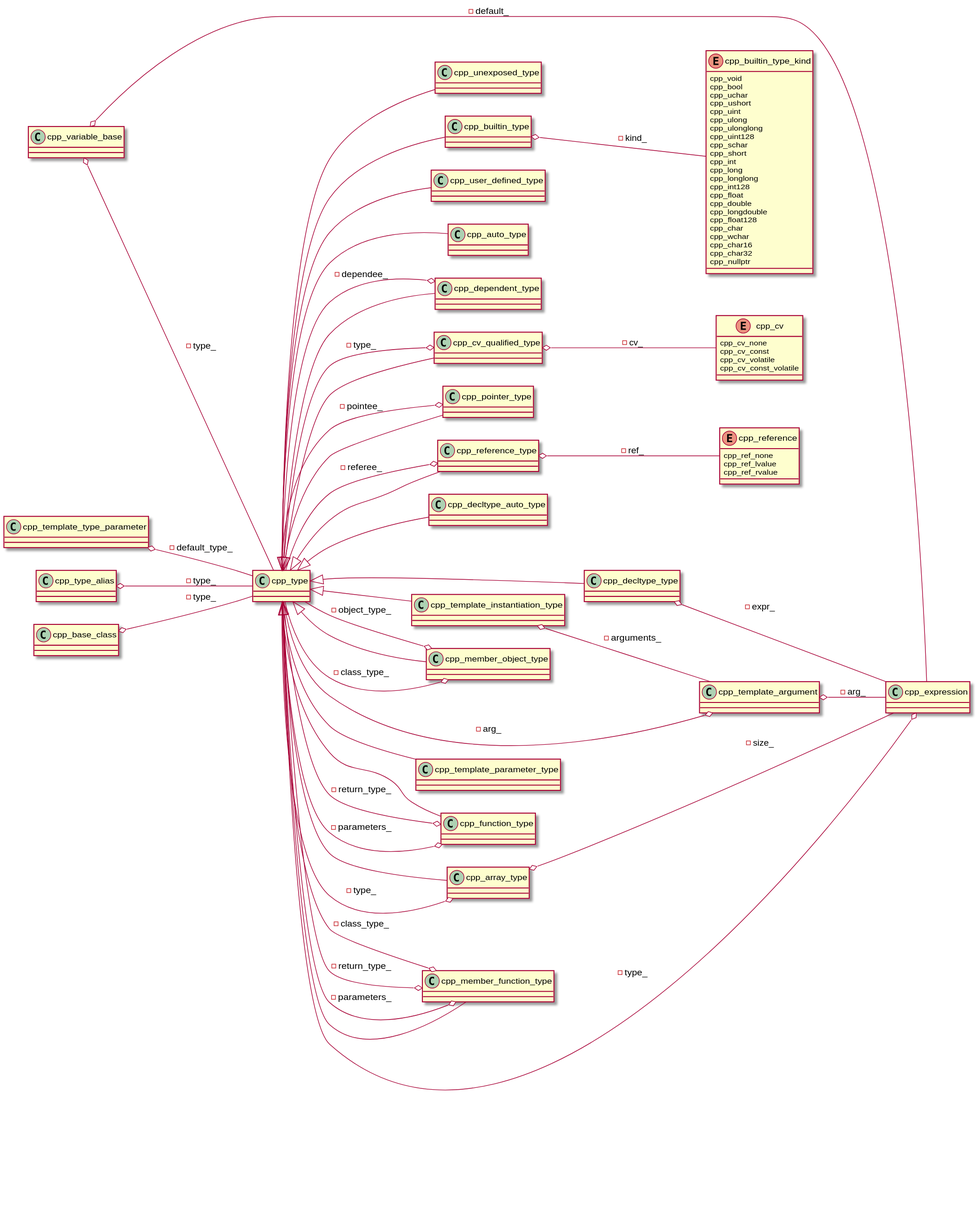
Before: cppast/puml/cpp_type_class_diagram.svg, a diagram exported from PlantUML (bkryza/clang-uml-examples). Source of this version:
```plantuml
@startuml
left to right direction
enum "cpp_builtin_type_kind" as C_0001887502571634469661
enum C_0001887502571634469661 [[https://github.com/foonathan/cppast/blob/f00df6675d87c6983033d270728c57a55cd3db22/include/cppast/cppast_fwd.hpp#L105{cpp_builtin_type_kind}]] {
cpp_void
cpp_bool
cpp_uchar
cpp_ushort
cpp_uint
cpp_ulong
cpp_ulonglong
cpp_uint128
cpp_schar
cpp_short
cpp_int
cpp_long
cpp_longlong
cpp_int128
cpp_float
cpp_double
cpp_longdouble
cpp_float128
cpp_char
cpp_wchar
cpp_char16
cpp_char32
cpp_nullptr
}
enum "cpp_cv" as C_0000213859787504205822
enum C_0000213859787504205822 [[https://github.com/foonathan/cppast/blob/f00df6675d87c6983033d270728c57a55cd3db22/include/cppast/cppast_fwd.hpp#L106{cpp_cv}]] {
cpp_cv_none
cpp_cv_const
cpp_cv_volatile
cpp_cv_const_volatile
}
enum "cpp_reference" as C_0000386439160558232350
enum C_0000386439160558232350 [[https://github.com/foonathan/cppast/blob/f00df6675d87c6983033d270728c57a55cd3db22/include/cppast/cppast_fwd.hpp#L108{cpp_reference}]] {
cpp_ref_none
cpp_ref_lvalue
cpp_ref_rvalue
}
class "cpp_type" as C_0001585653041236922459
class C_0001585653041236922459 [[https://github.com/foonathan/cppast/blob/f00df6675d87c6983033d270728c57a55cd3db22/include/cppast/cpp_type.hpp#L44{cpp_type}]] {
__
}
class "cpp_unexposed_type" as C_0000601730303705395408
class C_0000601730303705395408 [[https://github.com/foonathan/cppast/blob/f00df6675d87c6983033d270728c57a55cd3db22/include/cppast/cpp_type.hpp#L95{cpp_unexposed_type}]] {
__
}
class "cpp_builtin_type" as C_0002035785082080260407
class C_0002035785082080260407 [[https://github.com/foonathan/cppast/blob/f00df6675d87c6983033d270728c57a55cd3db22/include/cppast/cpp_type.hpp#L161{cpp_builtin_type}]] {
__
}
class "cpp_user_defined_type" as C_0002166954434825938188
class C_0002166954434825938188 [[https://github.com/foonathan/cppast/blob/f00df6675d87c6983033d270728c57a55cd3db22/include/cppast/cpp_type.hpp#L202{cpp_user_defined_type}]] {
__
}
class "cpp_auto_type" as C_0001809003368459807767
class C_0001809003368459807767 [[https://github.com/foonathan/cppast/blob/f00df6675d87c6983033d270728c57a55cd3db22/include/cppast/cpp_type.hpp#L230{cpp_auto_type}]] {
__
}
class "cpp_dependent_type" as C_0000507998479194737071
class C_0000507998479194737071 [[https://github.com/foonathan/cppast/blob/f00df6675d87c6983033d270728c57a55cd3db22/include/cppast/cpp_type.hpp#L249{cpp_dependent_type}]] {
__
}
class "cpp_cv_qualified_type" as C_0000342846994454958214
class C_0000342846994454958214 [[https://github.com/foonathan/cppast/blob/f00df6675d87c6983033d270728c57a55cd3db22/include/cppast/cpp_type.hpp#L311{cpp_cv_qualified_type}]] {
__
}
class "cpp_pointer_type" as C_0000861535705589766807
class C_0000861535705589766807 [[https://github.com/foonathan/cppast/blob/f00df6675d87c6983033d270728c57a55cd3db22/include/cppast/cpp_type.hpp#L359{cpp_pointer_type}]] {
__
}
class "cpp_reference_type" as C_0000600573949475383075
class C_0000600573949475383075 [[https://github.com/foonathan/cppast/blob/f00df6675d87c6983033d270728c57a55cd3db22/include/cppast/cpp_type.hpp#L394{cpp_reference_type}]] {
__
}
class "cpp_type_alias" as C_0001652684387667767114
class C_0001652684387667767114 [[https://github.com/foonathan/cppast/blob/f00df6675d87c6983033d270728c57a55cd3db22/include/cppast/cpp_type_alias.hpp#L14{cpp_type_alias}]] {
__
}
class "cpp_decltype_auto_type" as C_0000026248340214462662
class C_0000026248340214462662 [[https://github.com/foonathan/cppast/blob/f00df6675d87c6983033d270728c57a55cd3db22/include/cppast/cppast_fwd.hpp#L27{cpp_decltype_auto_type}]] {
__
}
class "cpp_variable_base" as C_0000184600132526931259
class C_0000184600132526931259 [[https://github.com/foonathan/cppast/blob/f00df6675d87c6983033d270728c57a55cd3db22/include/cppast/cppast_fwd.hpp#L79{cpp_variable_base}]] {
__
}
class "cpp_member_object_type" as C_0000603633382993980808
class C_0000603633382993980808 [[https://github.com/foonathan/cppast/blob/f00df6675d87c6983033d270728c57a55cd3db22/include/cppast/cppast_fwd.hpp#L53{cpp_member_object_type}]] {
__
}
class "cpp_template_argument" as C_0000701592080768365141
class C_0000701592080768365141 [[https://github.com/foonathan/cppast/blob/f00df6675d87c6983033d270728c57a55cd3db22/include/cppast/cppast_fwd.hpp#L62{cpp_template_argument}]] {
__
}
class "cpp_template_instantiation_type" as C_0001009421424714355715
class C_0001009421424714355715 [[https://github.com/foonathan/cppast/blob/f00df6675d87c6983033d270728c57a55cd3db22/include/cppast/cppast_fwd.hpp#L63{cpp_template_instantiation_type}]] {
__
}
class "cpp_decltype_type" as C_0001184982835175222056
class C_0001184982835175222056 [[https://github.com/foonathan/cppast/blob/f00df6675d87c6983033d270728c57a55cd3db22/include/cppast/cppast_fwd.hpp#L28{cpp_decltype_type}]] {
__
}
class "cpp_array_type" as C_0001347498727659770075
class C_0001347498727659770075 [[https://github.com/foonathan/cppast/blob/f00df6675d87c6983033d270728c57a55cd3db22/include/cppast/cppast_fwd.hpp#L14{cpp_array_type}]] {
__
}
class "cpp_function_type" as C_0001455852309215570565
class C_0001455852309215570565 [[https://github.com/foonathan/cppast/blob/f00df6675d87c6983033d270728c57a55cd3db22/include/cppast/cppast_fwd.hpp#L44{cpp_function_type}]] {
__
}
class "cpp_base_class" as C_0001513295345096619386
class C_0001513295345096619386 [[https://github.com/foonathan/cppast/blob/f00df6675d87c6983033d270728c57a55cd3db22/include/cppast/cppast_fwd.hpp#L17{cpp_base_class}]] {
__
}
class "cpp_template_type_parameter" as C_0001672854013158225149
class C_0001672854013158225149 [[https://github.com/foonathan/cppast/blob/f00df6675d87c6983033d270728c57a55cd3db22/include/cppast/cppast_fwd.hpp#L68{cpp_template_type_parameter}]] {
__
}
class "cpp_member_function_type" as C_0001956941679276907326
class C_0001956941679276907326 [[https://github.com/foonathan/cppast/blob/f00df6675d87c6983033d270728c57a55cd3db22/include/cppast/cppast_fwd.hpp#L52{cpp_member_function_type}]] {
__
}
class "cpp_template_parameter_type" as C_0002158322113857881673
class C_0002158322113857881673 [[https://github.com/foonathan/cppast/blob/f00df6675d87c6983033d270728c57a55cd3db22/include/cppast/cppast_fwd.hpp#L65{cpp_template_parameter_type}]] {
__
}
class "cpp_expression" as C_0002228471918600734475
class C_0002228471918600734475 [[https://github.com/foonathan/cppast/blob/f00df6675d87c6983033d270728c57a55cd3db22/include/cppast/cppast_fwd.hpp#L35{cpp_expression}]] {
__
}
C_0001585653041236922459 <|-- C_0000601730303705395408
C_0002035785082080260407 o-- C_0001887502571634469661 : -kind_
C_0001585653041236922459 <|-- C_0002035785082080260407
C_0001585653041236922459 <|-- C_0002166954434825938188
C_0001585653041236922459 <|-- C_0001809003368459807767
C_0000507998479194737071 o-- C_0001585653041236922459 : -dependee_
C_0001585653041236922459 <|-- C_0000507998479194737071
C_0000342846994454958214 o-- C_0001585653041236922459 : -type_
C_0000342846994454958214 o-- C_0000213859787504205822 : -cv_
C_0001585653041236922459 <|-- C_0000342846994454958214
C_0000861535705589766807 o-- C_0001585653041236922459 : -pointee_
C_0001585653041236922459 <|-- C_0000861535705589766807
C_0000600573949475383075 o-- C_0001585653041236922459 : -referee_
C_0000600573949475383075 o-- C_0000386439160558232350 : -ref_
C_0001585653041236922459 <|-- C_0000600573949475383075
C_0001652684387667767114 o-- C_0001585653041236922459 : -type_
C_0001585653041236922459 <|-- C_0000026248340214462662
C_0000184600132526931259 o-- C_0001585653041236922459 : -type_
C_0000184600132526931259 o-- C_0002228471918600734475 : -default_
C_0000603633382993980808 o-- C_0001585653041236922459 : -class_type_
C_0000603633382993980808 o-- C_0001585653041236922459 : -object_type_
C_0001585653041236922459 <|-- C_0000603633382993980808
C_0000701592080768365141 o-- C_0001585653041236922459 : -arg_
C_0000701592080768365141 o-- C_0002228471918600734475 : -arg_
C_0001009421424714355715 o-- C_0000701592080768365141 : -arguments_
C_0001585653041236922459 <|-- C_0001009421424714355715
C_0001184982835175222056 o-- C_0002228471918600734475 : -expr_
C_0001585653041236922459 <|-- C_0001184982835175222056
C_0001347498727659770075 o-- C_0001585653041236922459 : -type_
C_0001347498727659770075 o-- C_0002228471918600734475 : -size_
C_0001585653041236922459 <|-- C_0001347498727659770075
C_0001455852309215570565 o-- C_0001585653041236922459 : -return_type_
C_0001455852309215570565 o-- C_0001585653041236922459 : -parameters_
C_0001585653041236922459 <|-- C_0001455852309215570565
C_0001513295345096619386 o-- C_0001585653041236922459 : -type_
C_0001672854013158225149 o-- C_0001585653041236922459 : -default_type_
C_0001956941679276907326 o-- C_0001585653041236922459 : -class_type_
C_0001956941679276907326 o-- C_0001585653041236922459 : -return_type_
C_0001956941679276907326 o-- C_0001585653041236922459 : -parameters_
C_0001585653041236922459 <|-- C_0001956941679276907326
C_0001585653041236922459 <|-- C_0002158322113857881673
C_0002228471918600734475 o-- C_0001585653041236922459 : -type_

@enduml
```
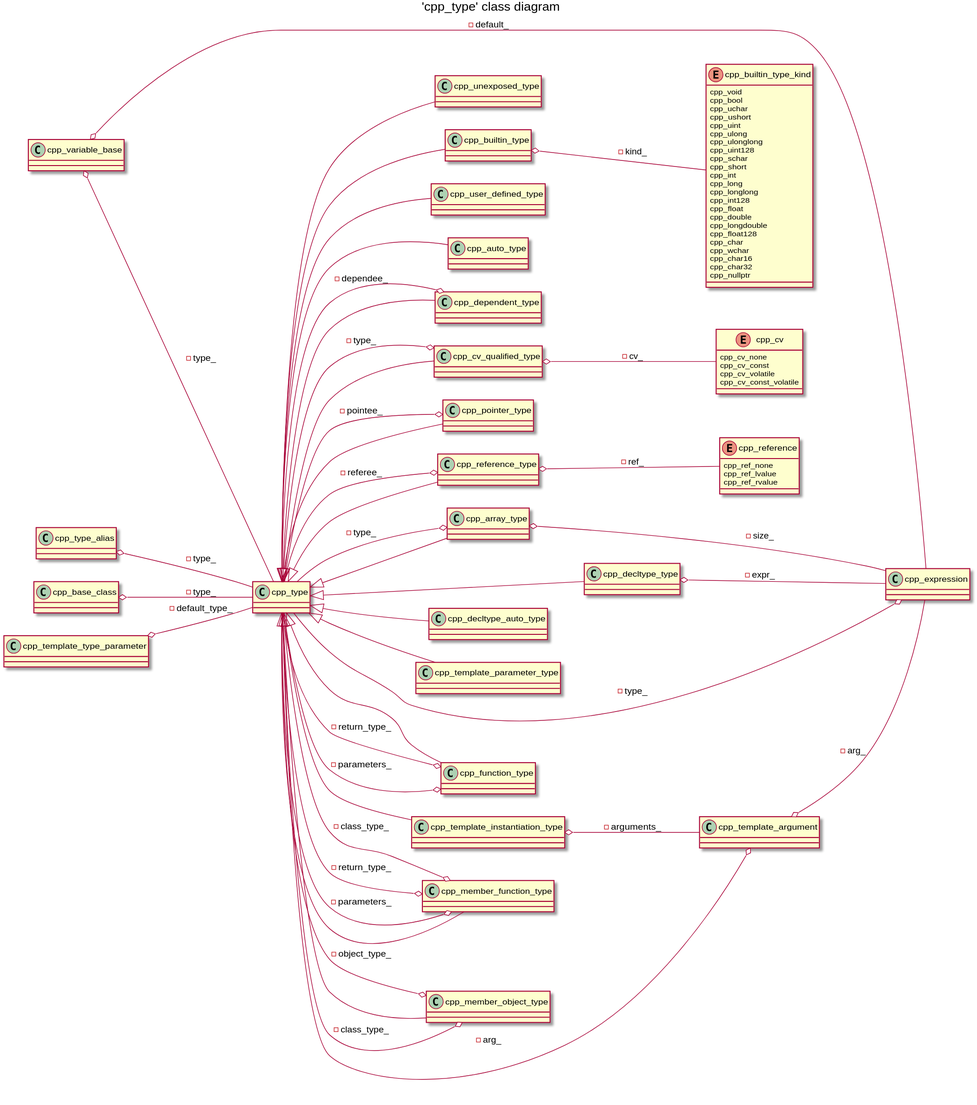
The same file after the commit.

What changed in the source:
```diff
@@ -1,4 +1,5 @@
 @startuml
+title 'cpp_type' class diagram
 left to right direction
 enum "cpp_builtin_type_kind" as C_0001887502571634469661
 enum C_0001887502571634469661 [[https://github.com/foonathan/cppast/blob/f00df6675d87c6983033d270728c57a55cd3db22/include/cppast/cppast_fwd.hpp#L105{cpp_builtin_type_kind}]] {
@@ -75,60 +76,60 @@
 class C_0000600573949475383075 [[https://github.com/foonathan/cppast/blob/f00df6675d87c6983033d270728c57a55cd3db22/include/cppast/cpp_type.hpp#L394{cpp_reference_type}]] {
 __
 }
-class "cpp_type_alias" as C_0001652684387667767114
-class C_0001652684387667767114 [[https://github.com/foonathan/cppast/blob/f00df6675d87c6983033d270728c57a55cd3db22/include/cppast/cpp_type_alias.hpp#L14{cpp_type_alias}]] {
+class "cpp_expression" as C_0002228471918600734475
+class C_0002228471918600734475 [[https://github.com/foonathan/cppast/blob/f00df6675d87c6983033d270728c57a55cd3db22/include/cppast/cpp_expression.hpp#L24{cpp_expression}]] {
+__
+}
+class "cpp_array_type" as C_0001347498727659770075
+class C_0001347498727659770075 [[https://github.com/foonathan/cppast/blob/f00df6675d87c6983033d270728c57a55cd3db22/include/cppast/cpp_array_type.hpp#L13{cpp_array_type}]] {
+__
+}
+class "cpp_base_class" as C_0001513295345096619386
+class C_0001513295345096619386 [[https://github.com/foonathan/cppast/blob/f00df6675d87c6983033d270728c57a55cd3db22/include/cppast/cpp_class.hpp#L67{cpp_base_class}]] {
+__
+}
+class "cpp_decltype_type" as C_0001184982835175222056
+class C_0001184982835175222056 [[https://github.com/foonathan/cppast/blob/f00df6675d87c6983033d270728c57a55cd3db22/include/cppast/cpp_decltype_type.hpp#L13{cpp_decltype_type}]] {
 __
 }
 class "cpp_decltype_auto_type" as C_0000026248340214462662
-class C_0000026248340214462662 [[https://github.com/foonathan/cppast/blob/f00df6675d87c6983033d270728c57a55cd3db22/include/cppast/cppast_fwd.hpp#L27{cpp_decltype_auto_type}]] {
+class C_0000026248340214462662 [[https://github.com/foonathan/cppast/blob/f00df6675d87c6983033d270728c57a55cd3db22/include/cppast/cpp_decltype_type.hpp#L40{cpp_decltype_auto_type}]] {
+__
+}
+class "cpp_function_type" as C_0001455852309215570565
+class C_0001455852309215570565 [[https://github.com/foonathan/cppast/blob/f00df6675d87c6983033d270728c57a55cd3db22/include/cppast/cpp_function_type.hpp#L14{cpp_function_type}]] {
+__
+}
+class "cpp_member_function_type" as C_0001956941679276907326
+class C_0001956941679276907326 [[https://github.com/foonathan/cppast/blob/f00df6675d87c6983033d270728c57a55cd3db22/include/cppast/cpp_function_type.hpp#L87{cpp_member_function_type}]] {
+__
+}
+class "cpp_member_object_type" as C_0000603633382993980808
+class C_0000603633382993980808 [[https://github.com/foonathan/cppast/blob/f00df6675d87c6983033d270728c57a55cd3db22/include/cppast/cpp_function_type.hpp#L164{cpp_member_object_type}]] {
 __
 }
 class "cpp_variable_base" as C_0000184600132526931259
-class C_0000184600132526931259 [[https://github.com/foonathan/cppast/blob/f00df6675d87c6983033d270728c57a55cd3db22/include/cppast/cppast_fwd.hpp#L79{cpp_variable_base}]] {
+class C_0000184600132526931259 [[https://github.com/foonathan/cppast/blob/f00df6675d87c6983033d270728c57a55cd3db22/include/cppast/cpp_variable_base.hpp#L16{cpp_variable_base}]] {
 __
 }
-class "cpp_member_object_type" as C_0000603633382993980808
-class C_0000603633382993980808 [[https://github.com/foonathan/cppast/blob/f00df6675d87c6983033d270728c57a55cd3db22/include/cppast/cppast_fwd.hpp#L53{cpp_member_object_type}]] {
+class "cpp_template_type_parameter" as C_0001672854013158225149
+class C_0001672854013158225149 [[https://github.com/foonathan/cppast/blob/f00df6675d87c6983033d270728c57a55cd3db22/include/cppast/cpp_template_parameter.hpp#L47{cpp_template_type_parameter}]] {
+__
+}
+class "cpp_template_parameter_type" as C_0002158322113857881673
+class C_0002158322113857881673 [[https://github.com/foonathan/cppast/blob/f00df6675d87c6983033d270728c57a55cd3db22/include/cppast/cpp_template_parameter.hpp#L106{cpp_template_parameter_type}]] {
 __
 }
 class "cpp_template_argument" as C_0000701592080768365141
-class C_0000701592080768365141 [[https://github.com/foonathan/cppast/blob/f00df6675d87c6983033d270728c57a55cd3db22/include/cppast/cppast_fwd.hpp#L62{cpp_template_argument}]] {
+class C_0000701592080768365141 [[https://github.com/foonathan/cppast/blob/f00df6675d87c6983033d270728c57a55cd3db22/include/cppast/cpp_template_parameter.hpp#L258{cpp_template_argument}]] {
 __
 }
 class "cpp_template_instantiation_type" as C_0001009421424714355715
-class C_0001009421424714355715 [[https://github.com/foonathan/cppast/blob/f00df6675d87c6983033d270728c57a55cd3db22/include/cppast/cppast_fwd.hpp#L63{cpp_template_instantiation_type}]] {
+class C_0001009421424714355715 [[https://github.com/foonathan/cppast/blob/f00df6675d87c6983033d270728c57a55cd3db22/include/cppast/cpp_template.hpp#L93{cpp_template_instantiation_type}]] {
 __
 }
-class "cpp_decltype_type" as C_0001184982835175222056
-class C_0001184982835175222056 [[https://github.com/foonathan/cppast/blob/f00df6675d87c6983033d270728c57a55cd3db22/include/cppast/cppast_fwd.hpp#L28{cpp_decltype_type}]] {
-__
-}
-class "cpp_array_type" as C_0001347498727659770075
-class C_0001347498727659770075 [[https://github.com/foonathan/cppast/blob/f00df6675d87c6983033d270728c57a55cd3db22/include/cppast/cppast_fwd.hpp#L14{cpp_array_type}]] {
-__
-}
-class "cpp_function_type" as C_0001455852309215570565
-class C_0001455852309215570565 [[https://github.com/foonathan/cppast/blob/f00df6675d87c6983033d270728c57a55cd3db22/include/cppast/cppast_fwd.hpp#L44{cpp_function_type}]] {
-__
-}
-class "cpp_base_class" as C_0001513295345096619386
-class C_0001513295345096619386 [[https://github.com/foonathan/cppast/blob/f00df6675d87c6983033d270728c57a55cd3db22/include/cppast/cppast_fwd.hpp#L17{cpp_base_class}]] {
-__
-}
-class "cpp_template_type_parameter" as C_0001672854013158225149
-class C_0001672854013158225149 [[https://github.com/foonathan/cppast/blob/f00df6675d87c6983033d270728c57a55cd3db22/include/cppast/cppast_fwd.hpp#L68{cpp_template_type_parameter}]] {
-__
-}
-class "cpp_member_function_type" as C_0001956941679276907326
-class C_0001956941679276907326 [[https://github.com/foonathan/cppast/blob/f00df6675d87c6983033d270728c57a55cd3db22/include/cppast/cppast_fwd.hpp#L52{cpp_member_function_type}]] {
-__
-}
-class "cpp_template_parameter_type" as C_0002158322113857881673
-class C_0002158322113857881673 [[https://github.com/foonathan/cppast/blob/f00df6675d87c6983033d270728c57a55cd3db22/include/cppast/cppast_fwd.hpp#L65{cpp_template_parameter_type}]] {
-__
-}
-class "cpp_expression" as C_0002228471918600734475
-class C_0002228471918600734475 [[https://github.com/foonathan/cppast/blob/f00df6675d87c6983033d270728c57a55cd3db22/include/cppast/cppast_fwd.hpp#L35{cpp_expression}]] {
+class "cpp_type_alias" as C_0001652684387667767114
+class C_0001652684387667767114 [[https://github.com/foonathan/cppast/blob/f00df6675d87c6983033d270728c57a55cd3db22/include/cppast/cpp_type_alias.hpp#L14{cpp_type_alias}]] {
 __
 }
 C_0001585653041236922459 <|-- C_0000601730303705395408
@@ -146,32 +147,32 @@
 C_0000600573949475383075 o-- C_0001585653041236922459 : -referee_
 C_0000600573949475383075 o-- C_0000386439160558232350 : -ref_
 C_0001585653041236922459 <|-- C_0000600573949475383075
-C_0001652684387667767114 o-- C_0001585653041236922459 : -type_
+C_0002228471918600734475 o-- C_0001585653041236922459 : -type_
+C_0001347498727659770075 o-- C_0001585653041236922459 : -type_
+C_0001347498727659770075 o-- C_0002228471918600734475 : -size_
+C_0001585653041236922459 <|-- C_0001347498727659770075
+C_0001513295345096619386 o-- C_0001585653041236922459 : -type_
+C_0001184982835175222056 o-- C_0002228471918600734475 : -expr_
+C_0001585653041236922459 <|-- C_0001184982835175222056
 C_0001585653041236922459 <|-- C_0000026248340214462662
-C_0000184600132526931259 o-- C_0001585653041236922459 : -type_
-C_0000184600132526931259 o-- C_0002228471918600734475 : -default_
+C_0001455852309215570565 o-- C_0001585653041236922459 : -return_type_
+C_0001455852309215570565 o-- C_0001585653041236922459 : -parameters_
+C_0001585653041236922459 <|-- C_0001455852309215570565
+C_0001956941679276907326 o-- C_0001585653041236922459 : -class_type_
+C_0001956941679276907326 o-- C_0001585653041236922459 : -return_type_
+C_0001956941679276907326 o-- C_0001585653041236922459 : -parameters_
+C_0001585653041236922459 <|-- C_0001956941679276907326
 C_0000603633382993980808 o-- C_0001585653041236922459 : -class_type_
 C_0000603633382993980808 o-- C_0001585653041236922459 : -object_type_
 C_0001585653041236922459 <|-- C_0000603633382993980808
+C_0000184600132526931259 o-- C_0001585653041236922459 : -type_
+C_0000184600132526931259 o-- C_0002228471918600734475 : -default_
+C_0001672854013158225149 o-- C_0001585653041236922459 : -default_type_
+C_0001585653041236922459 <|-- C_0002158322113857881673
 C_0000701592080768365141 o-- C_0001585653041236922459 : -arg_
 C_0000701592080768365141 o-- C_0002228471918600734475 : -arg_
 C_0001009421424714355715 o-- C_0000701592080768365141 : -arguments_
 C_0001585653041236922459 <|-- C_0001009421424714355715
-C_0001184982835175222056 o-- C_0002228471918600734475 : -expr_
-C_0001585653041236922459 <|-- C_0001184982835175222056
-C_0001347498727659770075 o-- C_0001585653041236922459 : -type_
-C_0001347498727659770075 o-- C_0002228471918600734475 : -size_
-C_0001585653041236922459 <|-- C_0001347498727659770075
-C_0001455852309215570565 o-- C_0001585653041236922459 : -return_type_
-C_0001455852309215570565 o-- C_0001585653041236922459 : -parameters_
-C_0001585653041236922459 <|-- C_0001455852309215570565
-C_0001513295345096619386 o-- C_0001585653041236922459 : -type_
-C_0001672854013158225149 o-- C_0001585653041236922459 : -default_type_
-C_0001956941679276907326 o-- C_0001585653041236922459 : -class_type_
-C_0001956941679276907326 o-- C_0001585653041236922459 : -return_type_
-C_0001956941679276907326 o-- C_0001585653041236922459 : -parameters_
-C_0001585653041236922459 <|-- C_0001956941679276907326
-C_0001585653041236922459 <|-- C_0002158322113857881673
-C_0002228471918600734475 o-- C_0001585653041236922459 : -type_
+C_0001652684387667767114 o-- C_0001585653041236922459 : -type_
 
 @enduml
```
